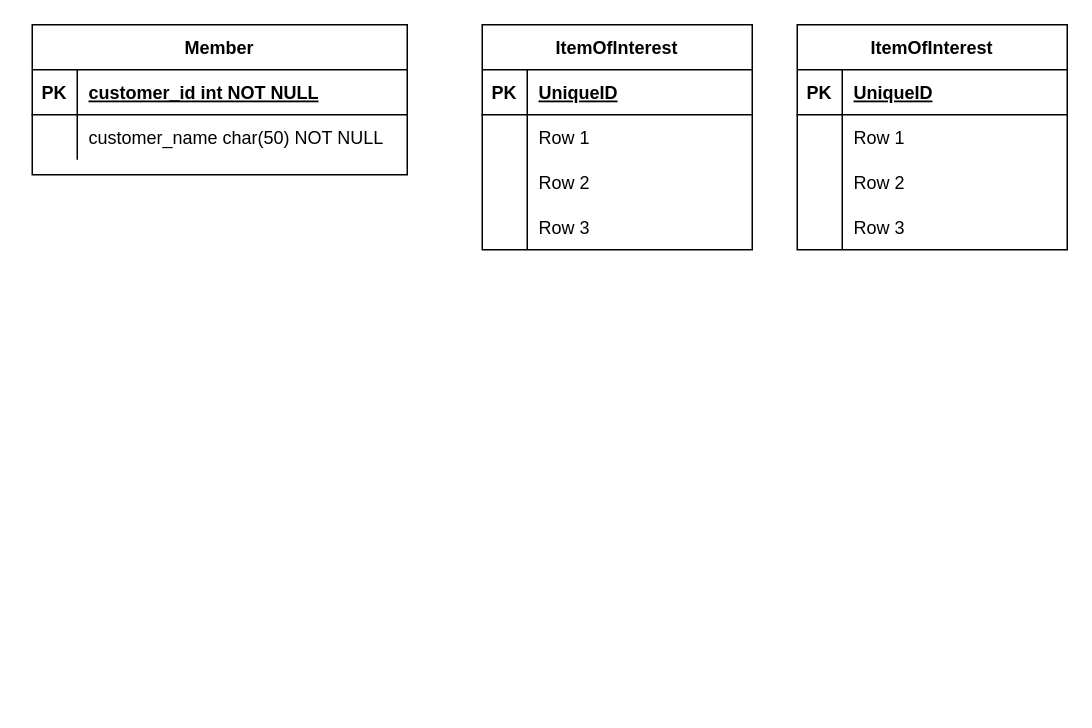
Earlier version of the draw.io diagram StockVIewWeb_ERD.drawio (pshoon25/Project_StockViewWeb). Source tidied: cells renumbered, new cells numbered last; positions are measured from the earlier drawing's top-left corner, leaving out a move shared by most shapes. Both pictures are drawn from the tidied source at 150%, with x=0, y=0 at pixel (32, 24).
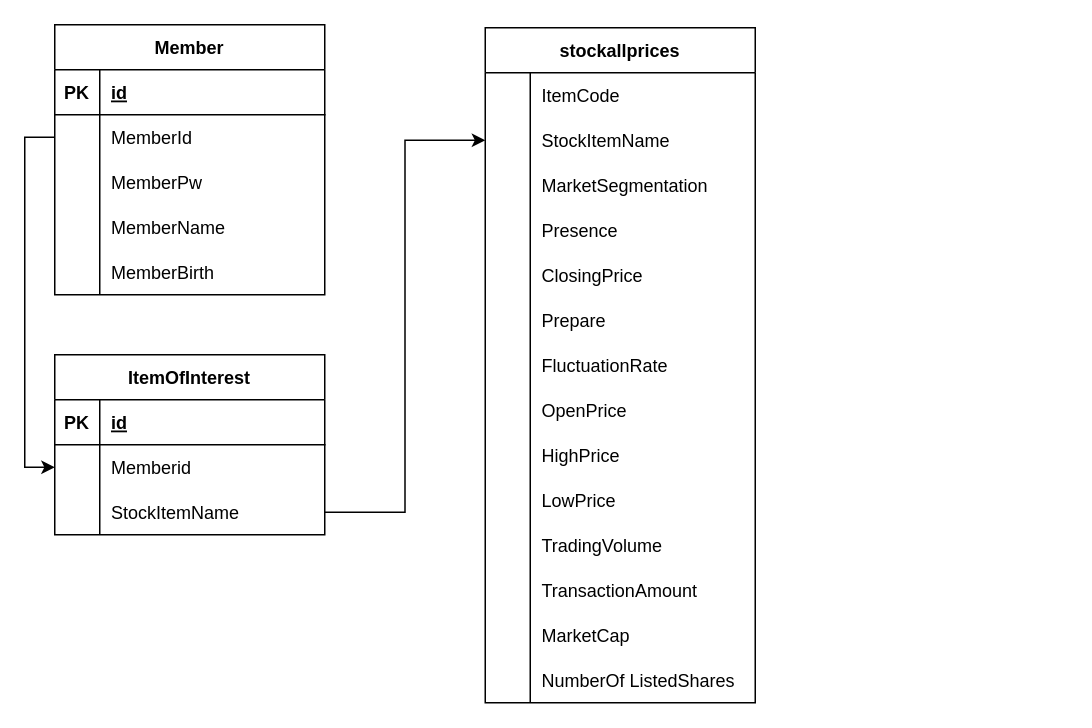
The same page after the edit.

Unchanged cells that the change refers to:
```xml
<mxCell id="23" style="shape=tableRow;horizontal=0;startSize=0;swimlaneHead=0;swimlaneBody=0;fillColor=none;top=0;left=0;right=0;bottom=1;" parent="22" vertex="1">
  <mxGeometry y="30" width="180" height="30" as="geometry" />
</mxCell>
<mxCell id="26" style="shape=tableRow;horizontal=0;startSize=0;swimlaneHead=0;swimlaneBody=0;fillColor=none;points=[[0,0.5],[1,0.5]];portConstraint=eastwest;top=0;left=0;right=0;bottom=0;" parent="22" vertex="1">
  <mxGeometry y="60" width="180" height="30" as="geometry" />
</mxCell>
<mxCell id="29" style="shape=tableRow;horizontal=0;startSize=0;swimlaneHead=0;swimlaneBody=0;fillColor=none;points=[[0,0.5],[1,0.5]];portConstraint=eastwest;top=0;left=0;right=0;bottom=0;" parent="22" vertex="1">
  <mxGeometry y="90" width="180" height="30" as="geometry" />
</mxCell>
```

The edit, as a diff of the source:
```diff
@@
     <mxCell id="2" value="Member" style="shape=table;startSize=30;childLayout=tableLayout;rowLines=0;fontStyle=1;align=center;" parent="1" vertex="1">
-      <mxGeometry width="250" height="100" as="geometry" />
+      <mxGeometry x="15" width="180" height="180" as="geometry" />
     </mxCell>
     <mxCell id="3" style="shape=partialRectangle;fillColor=none;top=0;left=0;right=0;bottom=1;" parent="2" vertex="1">
-      <mxGeometry y="30" width="250" height="30" as="geometry" />
+      <mxGeometry y="30" width="180" height="30" as="geometry" />
     </mxCell>
@@
-    <mxCell id="5" value="customer_id int NOT NULL " style="shape=partialRectangle;overflow=hidden;fillColor=none;top=0;left=0;bottom=0;right=0;align=left;spacingLeft=6;fontStyle=5;" parent="3" vertex="1">
-      <mxGeometry x="30" width="220" height="30" as="geometry" />
+    <mxCell id="5" value="id" style="shape=partialRectangle;overflow=hidden;fillColor=none;top=0;left=0;bottom=0;right=0;align=left;spacingLeft=6;fontStyle=5;" parent="3" vertex="1">
+      <mxGeometry x="30" width="150" height="30" as="geometry" />
     </mxCell>
     <mxCell id="6" style="shape=partialRectangle;fillColor=none;points=[[0,0.5],[1,0.5]];portConstraint=eastwest;top=0;left=0;right=0;bottom=0;" parent="2" vertex="1">
-      <mxGeometry y="60" width="250" height="30" as="geometry" />
+      <mxGeometry y="60" width="180" height="30" as="geometry" />
     </mxCell>
@@
-    <mxCell id="8" value="customer_name char(50) NOT NULL" style="shape=partialRectangle;overflow=hidden;fillColor=none;top=0;left=0;bottom=0;right=0;align=left;spacingLeft=6;" parent="6" vertex="1">
-      <mxGeometry x="30" width="220" height="30" as="geometry" />
+    <mxCell id="8" value="MemberId" style="shape=partialRectangle;overflow=hidden;fillColor=none;top=0;left=0;bottom=0;right=0;align=left;spacingLeft=6;" parent="6" vertex="1">
+      <mxGeometry x="30" width="150" height="30" as="geometry" />
     </mxCell>
+    <mxCell id="35" style="shape=partialRectangle;fillColor=none;top=0;left=0;right=0;bottom=0;" parent="2" vertex="1">
+      <mxGeometry y="90" width="180" height="30" as="geometry" />
+    </mxCell>
+    <mxCell id="36" style="shape=partialRectangle;overflow=hidden;fillColor=none;top=0;left=0;bottom=0;right=0;" parent="35" vertex="1">
+      <mxGeometry width="30" height="30" as="geometry" />
+    </mxCell>
+    <mxCell id="37" value="MemberPw" style="shape=partialRectangle;overflow=hidden;fillColor=none;top=0;left=0;bottom=0;right=0;align=left;spacingLeft=6;" parent="35" vertex="1">
+      <mxGeometry x="30" width="150" height="30" as="geometry" />
+    </mxCell>
+    <mxCell id="38" style="shape=partialRectangle;fillColor=none;top=0;left=0;right=0;bottom=0;" parent="2" vertex="1">
+      <mxGeometry y="120" width="180" height="30" as="geometry" />
+    </mxCell>
+    <mxCell id="39" style="shape=partialRectangle;overflow=hidden;fillColor=none;top=0;left=0;bottom=0;right=0;" parent="38" vertex="1">
+      <mxGeometry width="30" height="30" as="geometry" />
+    </mxCell>
+    <mxCell id="40" value="MemberName" style="shape=partialRectangle;overflow=hidden;fillColor=none;top=0;left=0;bottom=0;right=0;align=left;spacingLeft=6;" parent="38" vertex="1">
+      <mxGeometry x="30" width="150" height="30" as="geometry" />
+    </mxCell>
+    <mxCell id="41" style="shape=partialRectangle;fillColor=none;top=0;left=0;right=0;bottom=0;" parent="2" vertex="1">
+      <mxGeometry y="150" width="180" height="30" as="geometry" />
+    </mxCell>
+    <mxCell id="42" style="shape=partialRectangle;overflow=hidden;fillColor=none;top=0;left=0;bottom=0;right=0;" parent="41" vertex="1">
+      <mxGeometry width="30" height="30" as="geometry" />
+    </mxCell>
+    <mxCell id="43" value="MemberBirth" style="shape=partialRectangle;overflow=hidden;fillColor=none;top=0;left=0;bottom=0;right=0;align=left;spacingLeft=6;" parent="41" vertex="1">
+      <mxGeometry x="30" width="150" height="30" as="geometry" />
+    </mxCell>
-    <mxCell id="9" value="ItemOfInterest" style="shape=table;startSize=30;childLayout=tableLayout;rowLines=0;fontStyle=1;align=center;" parent="1" vertex="1">
-      <mxGeometry x="300" width="180" height="150" as="geometry" />
+    <mxCell id="9" value="stockallprices" style="shape=table;startSize=30;childLayout=tableLayout;rowLines=0;fontStyle=1;align=center;" parent="1" vertex="1">
+      <mxGeometry x="302" y="2" width="180" height="450" as="geometry" />
     </mxCell>
-    <mxCell id="10" style="shape=tableRow;horizontal=0;startSize=0;swimlaneHead=0;swimlaneBody=0;fillColor=none;top=0;left=0;right=0;bottom=1;" parent="9" vertex="1">
-      <mxGeometry y="30" width="180" height="30" as="geometry" />
-    </mxCell>
-    <mxCell id="11" value="PK" style="shape=partialRectangle;fillColor=none;top=0;left=0;bottom=0;right=0;fontStyle=1;overflow=hidden;" parent="10" vertex="1">
-      <mxGeometry width="30" height="30" as="geometry" />
-    </mxCell>
-    <mxCell id="12" value="UniqueID" style="shape=partialRectangle;fillColor=none;top=0;left=0;bottom=0;right=0;align=left;spacingLeft=6;fontStyle=5;overflow=hidden;" parent="10" vertex="1">
-      <mxGeometry x="30" width="150" height="30" as="geometry" />
-    </mxCell>
     <mxCell id="13" style="shape=tableRow;horizontal=0;startSize=0;swimlaneHead=0;swimlaneBody=0;fillColor=none;top=0;left=0;right=0;bottom=0;" parent="9" vertex="1">
-      <mxGeometry y="60" width="180" height="30" as="geometry" />
+      <mxGeometry y="30" width="180" height="30" as="geometry" />
     </mxCell>
@@
-    <mxCell id="15" value="Row 1" style="shape=partialRectangle;fillColor=none;top=0;left=0;bottom=0;right=0;align=left;spacingLeft=6;overflow=hidden;" parent="13" vertex="1">
+    <mxCell id="15" value="ItemCode" style="shape=partialRectangle;fillColor=none;top=0;left=0;bottom=0;right=0;align=left;spacingLeft=6;overflow=hidden;" parent="13" vertex="1">
       <mxGeometry x="30" width="150" height="30" as="geometry" />
     </mxCell>
     <mxCell id="16" style="shape=tableRow;horizontal=0;startSize=0;swimlaneHead=0;swimlaneBody=0;fillColor=none;points=[[0,0.5],[1,0.5]];portConstraint=eastwest;top=0;left=0;right=0;bottom=0;" parent="9" vertex="1">
-      <mxGeometry y="90" width="180" height="30" as="geometry" />
+      <mxGeometry y="60" width="180" height="30" as="geometry" />
     </mxCell>
@@
-    <mxCell id="18" value="Row 2" style="shape=partialRectangle;fillColor=none;top=0;left=0;bottom=0;right=0;align=left;spacingLeft=6;overflow=hidden;" parent="16" vertex="1">
+    <mxCell id="18" value="StockItemName" style="shape=partialRectangle;fillColor=none;top=0;left=0;bottom=0;right=0;align=left;spacingLeft=6;overflow=hidden;" parent="16" vertex="1">
       <mxGeometry x="30" width="150" height="30" as="geometry" />
     </mxCell>
     <mxCell id="19" style="shape=tableRow;horizontal=0;startSize=0;swimlaneHead=0;swimlaneBody=0;fillColor=none;top=0;left=0;right=0;bottom=0;" parent="9" vertex="1">
-      <mxGeometry y="120" width="180" height="30" as="geometry" />
+      <mxGeometry y="90" width="180" height="30" as="geometry" />
     </mxCell>
@@
-    <mxCell id="21" value="Row 3" style="shape=partialRectangle;fillColor=none;top=0;left=0;bottom=0;right=0;align=left;spacingLeft=6;overflow=hidden;" parent="19" vertex="1">
+    <mxCell id="21" value="MarketSegmentation" style="shape=partialRectangle;fillColor=none;top=0;left=0;bottom=0;right=0;align=left;spacingLeft=6;overflow=hidden;" parent="19" vertex="1">
       <mxGeometry x="30" width="150" height="30" as="geometry" />
     </mxCell>
+    <mxCell id="32" style="shape=tableRow;horizontal=0;startSize=0;swimlaneHead=0;swimlaneBody=0;fillColor=none;top=0;left=0;right=0;bottom=0;" parent="9" vertex="1">
+      <mxGeometry y="120" width="180" height="30" as="geometry" />
+    </mxCell>
+    <mxCell id="44" style="shape=partialRectangle;fillColor=none;top=0;left=0;bottom=0;right=0;overflow=hidden;" parent="32" vertex="1">
+      <mxGeometry width="30" height="30" as="geometry" />
+    </mxCell>
+    <mxCell id="45" value="Presence" style="shape=partialRectangle;fillColor=none;top=0;left=0;bottom=0;right=0;align=left;spacingLeft=6;overflow=hidden;" parent="32" vertex="1">
+      <mxGeometry x="30" width="150" height="30" as="geometry" />
+    </mxCell>
+    <mxCell id="46" style="shape=tableRow;horizontal=0;startSize=0;swimlaneHead=0;swimlaneBody=0;fillColor=none;top=0;left=0;right=0;bottom=0;" parent="9" vertex="1">
+      <mxGeometry y="150" width="180" height="30" as="geometry" />
+    </mxCell>
+    <mxCell id="47" style="shape=partialRectangle;fillColor=none;top=0;left=0;bottom=0;right=0;overflow=hidden;" parent="46" vertex="1">
+      <mxGeometry width="30" height="30" as="geometry" />
+    </mxCell>
+    <mxCell id="48" value="ClosingPrice" style="shape=partialRectangle;fillColor=none;top=0;left=0;bottom=0;right=0;align=left;spacingLeft=6;overflow=hidden;" parent="46" vertex="1">
+      <mxGeometry x="30" width="150" height="30" as="geometry" />
+    </mxCell>
+    <mxCell id="49" style="shape=tableRow;horizontal=0;startSize=0;swimlaneHead=0;swimlaneBody=0;fillColor=none;top=0;left=0;right=0;bottom=0;" parent="9" vertex="1">
+      <mxGeometry y="180" width="180" height="30" as="geometry" />
+    </mxCell>
+    <mxCell id="50" style="shape=partialRectangle;fillColor=none;top=0;left=0;bottom=0;right=0;overflow=hidden;" parent="49" vertex="1">
+      <mxGeometry width="30" height="30" as="geometry" />
+    </mxCell>
+    <mxCell id="51" value="Prepare" style="shape=partialRectangle;fillColor=none;top=0;left=0;bottom=0;right=0;align=left;spacingLeft=6;overflow=hidden;" parent="49" vertex="1">
+      <mxGeometry x="30" width="150" height="30" as="geometry" />
+    </mxCell>
+    <mxCell id="52" style="shape=tableRow;horizontal=0;startSize=0;swimlaneHead=0;swimlaneBody=0;fillColor=none;top=0;left=0;right=0;bottom=0;" parent="9" vertex="1">
+      <mxGeometry y="210" width="180" height="30" as="geometry" />
+    </mxCell>
+    <mxCell id="53" style="shape=partialRectangle;fillColor=none;top=0;left=0;bottom=0;right=0;overflow=hidden;" parent="52" vertex="1">
+      <mxGeometry width="30" height="30" as="geometry" />
+    </mxCell>
+    <mxCell id="54" value="FluctuationRate" style="shape=partialRectangle;fillColor=none;top=0;left=0;bottom=0;right=0;align=left;spacingLeft=6;overflow=hidden;" parent="52" vertex="1">
+      <mxGeometry x="30" width="150" height="30" as="geometry" />
+    </mxCell>
+    <mxCell id="55" style="shape=tableRow;horizontal=0;startSize=0;swimlaneHead=0;swimlaneBody=0;fillColor=none;top=0;left=0;right=0;bottom=0;" parent="9" vertex="1">
+      <mxGeometry y="240" width="180" height="30" as="geometry" />
+    </mxCell>
+    <mxCell id="56" style="shape=partialRectangle;fillColor=none;top=0;left=0;bottom=0;right=0;overflow=hidden;" parent="55" vertex="1">
+      <mxGeometry width="30" height="30" as="geometry" />
+    </mxCell>
+    <mxCell id="57" value="OpenPrice" style="shape=partialRectangle;fillColor=none;top=0;left=0;bottom=0;right=0;align=left;spacingLeft=6;overflow=hidden;" parent="55" vertex="1">
+      <mxGeometry x="30" width="150" height="30" as="geometry" />
+    </mxCell>
+    <mxCell id="58" style="shape=tableRow;horizontal=0;startSize=0;swimlaneHead=0;swimlaneBody=0;fillColor=none;top=0;left=0;right=0;bottom=0;" parent="9" vertex="1">
+      <mxGeometry y="270" width="180" height="30" as="geometry" />
+    </mxCell>
+    <mxCell id="59" style="shape=partialRectangle;fillColor=none;top=0;left=0;bottom=0;right=0;overflow=hidden;" parent="58" vertex="1">
+      <mxGeometry width="30" height="30" as="geometry" />
+    </mxCell>
+    <mxCell id="60" value="HighPrice" style="shape=partialRectangle;fillColor=none;top=0;left=0;bottom=0;right=0;align=left;spacingLeft=6;overflow=hidden;" parent="58" vertex="1">
+      <mxGeometry x="30" width="150" height="30" as="geometry" />
+    </mxCell>
+    <mxCell id="61" style="shape=tableRow;horizontal=0;startSize=0;swimlaneHead=0;swimlaneBody=0;fillColor=none;top=0;left=0;right=0;bottom=0;" parent="9" vertex="1">
+      <mxGeometry y="300" width="180" height="30" as="geometry" />
+    </mxCell>
+    <mxCell id="62" style="shape=partialRectangle;fillColor=none;top=0;left=0;bottom=0;right=0;overflow=hidden;" parent="61" vertex="1">
+      <mxGeometry width="30" height="30" as="geometry" />
+    </mxCell>
+    <mxCell id="63" value="LowPrice" style="shape=partialRectangle;fillColor=none;top=0;left=0;bottom=0;right=0;align=left;spacingLeft=6;overflow=hidden;" parent="61" vertex="1">
+      <mxGeometry x="30" width="150" height="30" as="geometry" />
+    </mxCell>
+    <mxCell id="64" style="shape=tableRow;horizontal=0;startSize=0;swimlaneHead=0;swimlaneBody=0;fillColor=none;top=0;left=0;right=0;bottom=0;" parent="9" vertex="1">
+      <mxGeometry y="330" width="180" height="30" as="geometry" />
+    </mxCell>
+    <mxCell id="65" style="shape=partialRectangle;fillColor=none;top=0;left=0;bottom=0;right=0;overflow=hidden;" parent="64" vertex="1">
+      <mxGeometry width="30" height="30" as="geometry" />
+    </mxCell>
+    <mxCell id="66" value="TradingVolume" style="shape=partialRectangle;fillColor=none;top=0;left=0;bottom=0;right=0;align=left;spacingLeft=6;overflow=hidden;" parent="64" vertex="1">
+      <mxGeometry x="30" width="150" height="30" as="geometry" />
+    </mxCell>
+    <mxCell id="67" style="shape=tableRow;horizontal=0;startSize=0;swimlaneHead=0;swimlaneBody=0;fillColor=none;top=0;left=0;right=0;bottom=0;" parent="9" vertex="1">
+      <mxGeometry y="360" width="180" height="30" as="geometry" />
+    </mxCell>
+    <mxCell id="68" style="shape=partialRectangle;fillColor=none;top=0;left=0;bottom=0;right=0;overflow=hidden;" parent="67" vertex="1">
+      <mxGeometry width="30" height="30" as="geometry" />
+    </mxCell>
+    <mxCell id="69" value="TransactionAmount" style="shape=partialRectangle;fillColor=none;top=0;left=0;bottom=0;right=0;align=left;spacingLeft=6;overflow=hidden;" parent="67" vertex="1">
+      <mxGeometry x="30" width="150" height="30" as="geometry" />
+    </mxCell>
+    <mxCell id="70" style="shape=tableRow;horizontal=0;startSize=0;swimlaneHead=0;swimlaneBody=0;fillColor=none;top=0;left=0;right=0;bottom=0;" parent="9" vertex="1">
+      <mxGeometry y="390" width="180" height="30" as="geometry" />
+    </mxCell>
+    <mxCell id="71" style="shape=partialRectangle;fillColor=none;top=0;left=0;bottom=0;right=0;overflow=hidden;" parent="70" vertex="1">
+      <mxGeometry width="30" height="30" as="geometry" />
+    </mxCell>
+    <mxCell id="72" value="MarketCap" style="shape=partialRectangle;fillColor=none;top=0;left=0;bottom=0;right=0;align=left;spacingLeft=6;overflow=hidden;" parent="70" vertex="1">
+      <mxGeometry x="30" width="150" height="30" as="geometry" />
+    </mxCell>
+    <mxCell id="73" style="shape=tableRow;horizontal=0;startSize=0;swimlaneHead=0;swimlaneBody=0;fillColor=none;top=0;left=0;right=0;bottom=0;" parent="9" vertex="1">
+      <mxGeometry y="420" width="180" height="30" as="geometry" />
+    </mxCell>
+    <mxCell id="74" style="shape=partialRectangle;fillColor=none;top=0;left=0;bottom=0;right=0;overflow=hidden;" parent="73" vertex="1">
+      <mxGeometry width="30" height="30" as="geometry" />
+    </mxCell>
+    <mxCell id="75" value="NumberOf ListedShares" style="shape=partialRectangle;fillColor=none;top=0;left=0;bottom=0;right=0;align=left;spacingLeft=6;overflow=hidden;" parent="73" vertex="1">
+      <mxGeometry x="30" width="150" height="30" as="geometry" />
+    </mxCell>
     <mxCell id="22" value="ItemOfInterest" style="shape=table;startSize=30;childLayout=tableLayout;rowLines=0;fontStyle=1;align=center;" parent="1" vertex="1">
-      <mxGeometry x="510" width="180" height="150" as="geometry" />
+      <mxGeometry x="15" y="220" width="180" height="120" as="geometry" />
     </mxCell>
@@
-    <mxCell id="25" value="UniqueID" style="shape=partialRectangle;fillColor=none;top=0;left=0;bottom=0;right=0;align=left;spacingLeft=6;fontStyle=5;overflow=hidden;" parent="23" vertex="1">
+    <mxCell id="25" value="id" style="shape=partialRectangle;fillColor=none;top=0;left=0;bottom=0;right=0;align=left;spacingLeft=6;fontStyle=5;overflow=hidden;" parent="23" vertex="1">
       <mxGeometry x="30" width="150" height="30" as="geometry" />
     </mxCell>
@@
-    <mxCell id="28" value="Row 1" style="shape=partialRectangle;fillColor=none;top=0;left=0;bottom=0;right=0;align=left;spacingLeft=6;overflow=hidden;" parent="26" vertex="1">
+    <mxCell id="28" value="Memberid" style="shape=partialRectangle;fillColor=none;top=0;left=0;bottom=0;right=0;align=left;spacingLeft=6;overflow=hidden;" parent="26" vertex="1">
       <mxGeometry x="30" width="150" height="30" as="geometry" />
     </mxCell>
@@
-    <mxCell id="31" value="Row 2" style="shape=partialRectangle;fillColor=none;top=0;left=0;bottom=0;right=0;align=left;spacingLeft=6;overflow=hidden;" parent="29" vertex="1">
+    <mxCell id="31" value="StockItemName" style="shape=partialRectangle;fillColor=none;top=0;left=0;bottom=0;right=0;align=left;spacingLeft=6;overflow=hidden;" parent="29" vertex="1">
       <mxGeometry x="30" width="150" height="30" as="geometry" />
     </mxCell>
-    <mxCell id="32" style="shape=tableRow;horizontal=0;startSize=0;swimlaneHead=0;swimlaneBody=0;fillColor=none;top=0;left=0;right=0;bottom=0;" parent="22" vertex="1">
-      <mxGeometry y="120" width="180" height="30" as="geometry" />
-    </mxCell>
-    <mxCell id="33" style="shape=partialRectangle;fillColor=none;top=0;left=0;bottom=0;right=0;overflow=hidden;" parent="32" vertex="1">
-      <mxGeometry width="30" height="30" as="geometry" />
-    </mxCell>
-    <mxCell id="34" value="Row 3" style="shape=partialRectangle;fillColor=none;top=0;left=0;bottom=0;right=0;align=left;spacingLeft=6;overflow=hidden;" parent="32" vertex="1">
-      <mxGeometry x="30" width="150" height="30" as="geometry" />
-    </mxCell>
+    <mxCell id="76" style="edgeStyle=orthogonalEdgeStyle;rounded=0;jettySize=auto;html=1;entryX=0;entryY=0.5;entryDx=0;entryDy=0;" parent="1" edge="1" source="6" target="26">
+      <mxGeometry relative="1" as="geometry" />
+    </mxCell>
+    <mxCell id="77" style="edgeStyle=orthogonalEdgeStyle;rounded=0;jettySize=auto;html=1;entryX=0;entryY=0.5;entryDx=0;entryDy=0;" parent="1" edge="1" source="29" target="16">
+      <mxGeometry relative="1" as="geometry" />
+    </mxCell>
```
